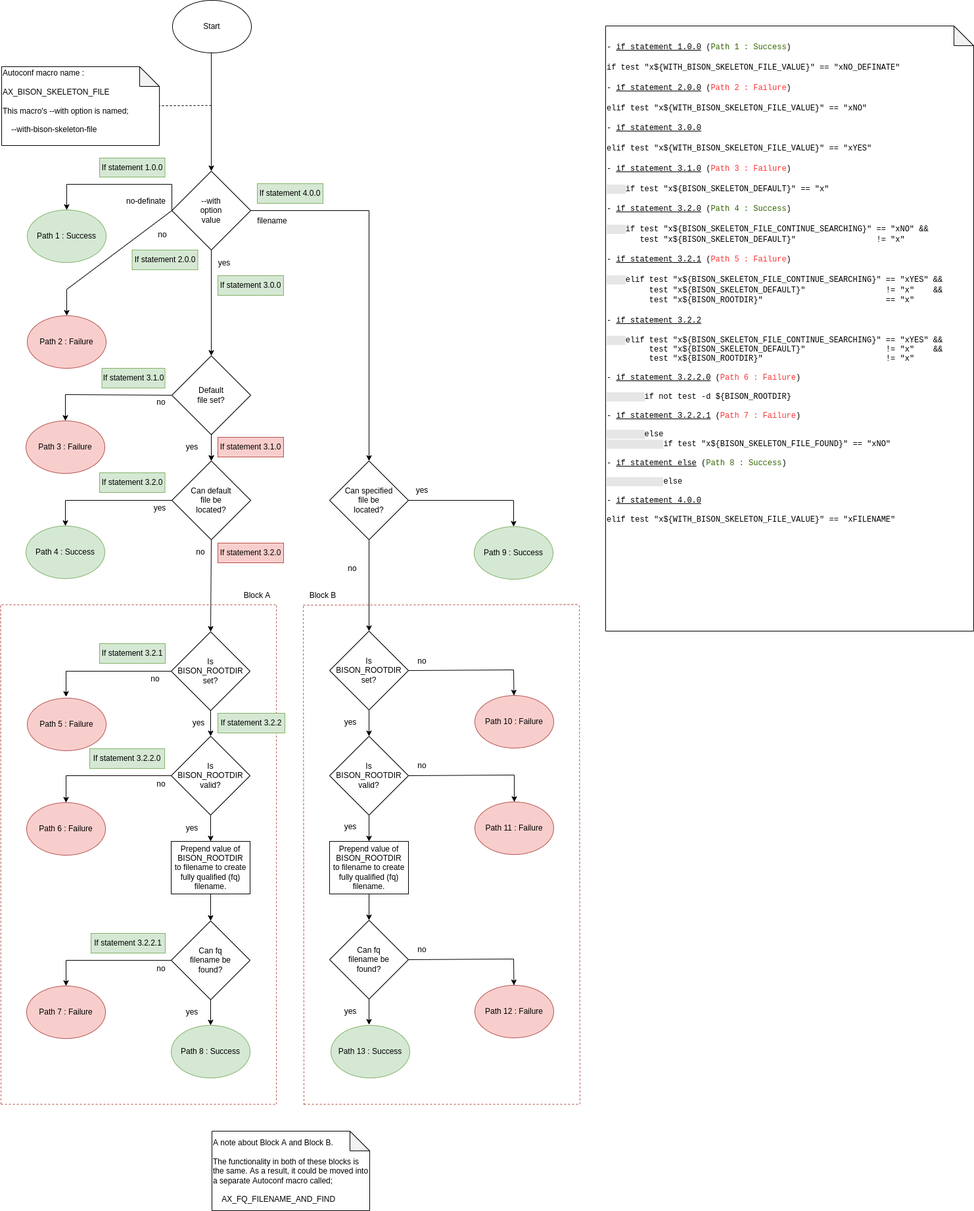
c-sanders/AutoconfMacro-BisonSkeleton keeps this draw.io diagram as images/flowchart.png. Above is the earlier version. Source tidied: cells renumbered, new cells last; positions are measured from the earlier drawing's top-left corner, leaving out a move shared by most shapes.
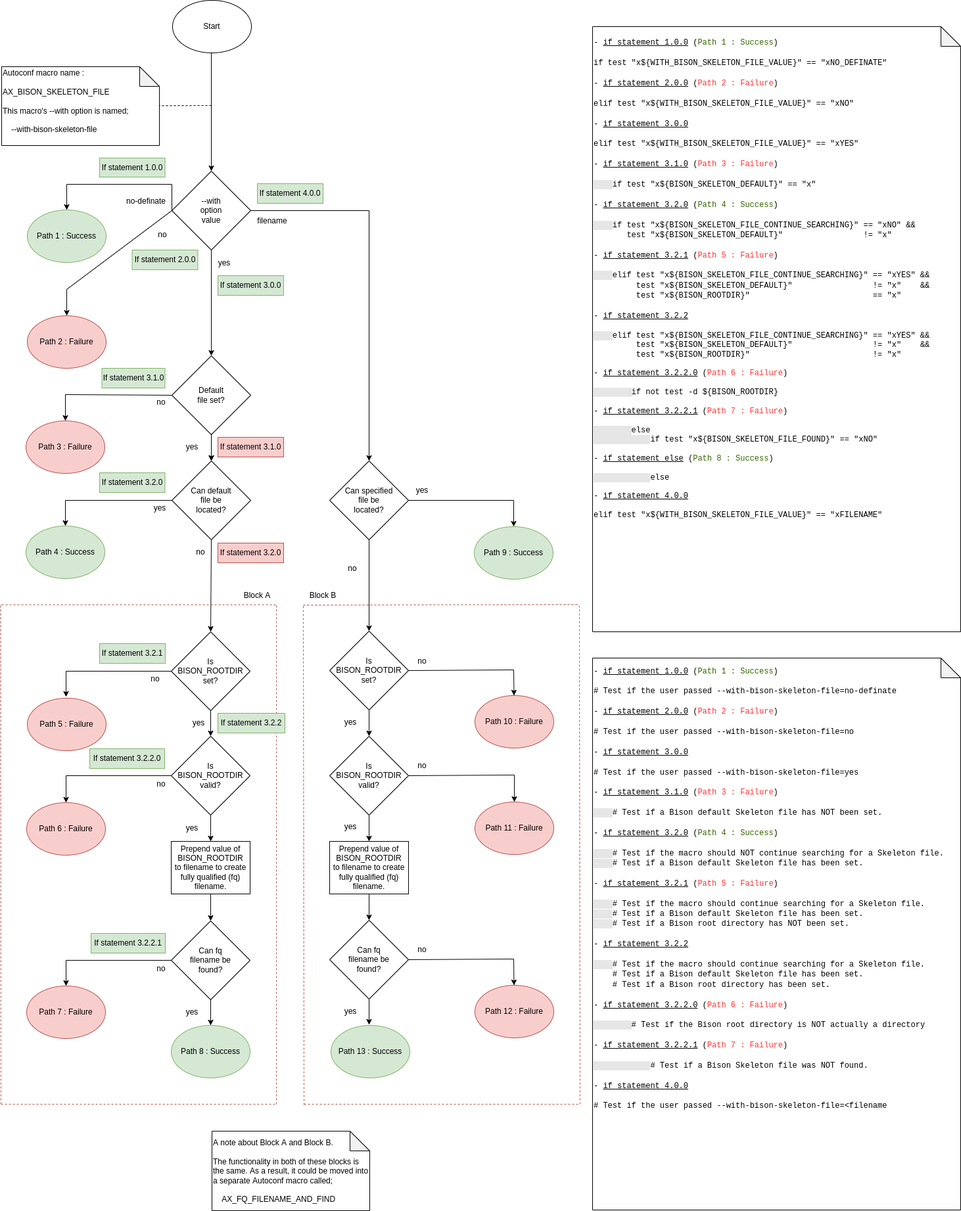
The same file after the commit.

The edit, as a diff of the source:
```diff
@@ -388,8 +388,11 @@
     <mxCell id="101" value="If statement 3.1.0" style="text;html=1;strokeColor=#b85450;fillColor=#f8cecc;align=center;verticalAlign=middle;whiteSpace=wrap;rounded=0;" parent="1" vertex="1">
       <mxGeometry x="330" y="665" width="100" height="30" as="geometry" />
     </mxCell>
-    <mxCell id="102" value="&lt;font face=&quot;Courier New&quot;&gt;- &lt;u&gt;if statement 1.0.0&lt;/u&gt; (&lt;font style=&quot;&quot; color=&quot;#336600&quot;&gt;Path 1 : Success&lt;/font&gt;)&lt;br&gt;&lt;br&gt;if test &quot;x${WITH_BISON_SKELETON_FILE_VALUE}&quot; == &quot;xNO_DEFINATE&quot;&lt;br&gt;&lt;br&gt;- &lt;u&gt;if statement 2.0.0&lt;/u&gt; (&lt;font color=&quot;#ff3333&quot;&gt;Path 2 : Failure&lt;/font&gt;)&lt;br&gt;&lt;br&gt;elif test &quot;x${WITH_BISON_SKELETON_FILE_VALUE}&quot; == &quot;xNO&quot;&lt;br&gt;&lt;br&gt;- &lt;u&gt;if statement 3.0.0&lt;/u&gt;&lt;br&gt;&lt;br&gt;elif test &quot;x${WITH_BISON_SKELETON_FILE_VALUE}&quot; == &quot;xYES&quot;&lt;br&gt;&lt;br&gt;- &lt;u&gt;if statement 3.1.0&lt;/u&gt; (&lt;font color=&quot;#ff3333&quot;&gt;Path 3 : Failure&lt;/font&gt;)&lt;br&gt;&lt;br&gt;&lt;span style=&quot;background-color: rgb(230, 230, 230);&quot;&gt;&amp;nbsp; &amp;nbsp; &lt;/span&gt;if test &quot;x${BISON_SKELETON_DEFAULT}&quot; == &quot;x&quot;&lt;br&gt;&lt;br&gt;- &lt;u&gt;if statement 3.2.0&lt;/u&gt; (&lt;font color=&quot;#336600&quot;&gt;Path 4 : Success&lt;/font&gt;)&lt;br&gt;&lt;br&gt;&lt;span style=&quot;background-color: rgb(230, 230, 230);&quot;&gt;&amp;nbsp; &amp;nbsp;&amp;nbsp;&lt;/span&gt;&lt;span style=&quot;background-color: initial;&quot;&gt;if test &quot;x${BISON_SKELETON_FILE_CONTINUE_SEARCHING}&quot; == &quot;xNO&quot; &amp;amp;&amp;amp;&lt;/span&gt;&lt;/font&gt;&lt;div&gt;&lt;font face=&quot;Courier New&quot;&gt;&amp;nbsp; &amp;nbsp; &amp;nbsp; &amp;nbsp;test &quot;x${BISON_SKELETON_DEFAULT}&quot;&amp;nbsp; &amp;nbsp; &amp;nbsp; &amp;nbsp; &amp;nbsp; &amp;nbsp; &amp;nbsp; &amp;nbsp; &amp;nbsp;!= &quot;x&quot;&lt;/font&gt;&lt;/div&gt;&lt;font face=&quot;Courier New&quot;&gt;&lt;br&gt;- &lt;u&gt;if statement 3.2.1&lt;/u&gt; (&lt;font color=&quot;#ff3333&quot;&gt;Path 5 : Failure&lt;/font&gt;)&lt;br&gt;&lt;br&gt;&lt;/font&gt;&lt;div&gt;&lt;font face=&quot;Courier New&quot;&gt;&lt;span style=&quot;background-color: rgb(230, 230, 230);&quot;&gt;&amp;nbsp; &amp;nbsp; &lt;/span&gt;elif test &quot;x${BISON_SKELETON_FILE_CONTINUE_SEARCHING}&quot; == &quot;xYES&quot; &amp;amp;&amp;amp;&lt;/font&gt;&lt;/div&gt;&lt;div&gt;&lt;font face=&quot;Courier New&quot;&gt;&amp;nbsp; &amp;nbsp; &amp;nbsp; &amp;nbsp; &amp;nbsp;test &quot;x${BISON_SKELETON_DEFAULT}&quot;&amp;nbsp; &amp;nbsp; &amp;nbsp; &amp;nbsp; &amp;nbsp; &amp;nbsp; &amp;nbsp; &amp;nbsp; &amp;nbsp;!= &quot;x&quot;&amp;nbsp; &amp;nbsp; &amp;amp;&amp;amp;&lt;/font&gt;&lt;/div&gt;&lt;div&gt;&lt;font face=&quot;Courier New&quot;&gt;&amp;nbsp; &amp;nbsp; &amp;nbsp; &amp;nbsp; &amp;nbsp;test &quot;x${BISON_ROOTDIR}&quot;&amp;nbsp; &amp;nbsp; &amp;nbsp; &amp;nbsp; &amp;nbsp; &amp;nbsp; &amp;nbsp; &amp;nbsp; &amp;nbsp; &amp;nbsp; &amp;nbsp; &amp;nbsp; &amp;nbsp; == &quot;x&quot;&lt;/font&gt;&lt;/div&gt;&lt;font face=&quot;Courier New&quot;&gt;&lt;br&gt;- &lt;u&gt;if statement 3.2.2&lt;/u&gt;&lt;br&gt;&lt;br&gt;&lt;div&gt;&lt;span style=&quot;background-color: rgb(230, 230, 230);&quot;&gt;&amp;nbsp; &amp;nbsp; &lt;/span&gt;elif test &quot;x${BISON_SKELETON_FILE_CONTINUE_SEARCHING}&quot; == &quot;xYES&quot; &amp;amp;&amp;amp;&lt;/div&gt;&lt;div&gt;&amp;nbsp; &amp;nbsp; &amp;nbsp; &amp;nbsp; &amp;nbsp;test &quot;x${BISON_SKELETON_DEFAULT}&quot;&amp;nbsp; &amp;nbsp; &amp;nbsp; &amp;nbsp; &amp;nbsp; &amp;nbsp; &amp;nbsp; &amp;nbsp; &amp;nbsp;!= &quot;x&quot;&amp;nbsp; &amp;nbsp; &amp;amp;&amp;amp;&lt;/div&gt;&lt;div&gt;&amp;nbsp; &amp;nbsp; &amp;nbsp; &amp;nbsp; &amp;nbsp;test &quot;x${BISON_ROOTDIR}&quot;&amp;nbsp; &amp;nbsp; &amp;nbsp; &amp;nbsp; &amp;nbsp; &amp;nbsp; &amp;nbsp; &amp;nbsp; &amp;nbsp; &amp;nbsp; &amp;nbsp; &amp;nbsp; &amp;nbsp; != &quot;x&quot;&lt;/div&gt;&lt;div&gt;&lt;br&gt;&lt;/div&gt;&lt;div&gt;- &lt;u&gt;if statement 3.2.2.0&lt;/u&gt; (&lt;font color=&quot;#ff3333&quot;&gt;Path 6 : Failure&lt;/font&gt;)&lt;/div&gt;&lt;div&gt;&lt;br&gt;&lt;/div&gt;&lt;div&gt;&lt;span style=&quot;background-color: rgb(230, 230, 230);&quot;&gt;&amp;nbsp; &amp;nbsp; &amp;nbsp; &amp;nbsp; &lt;/span&gt;&lt;span style=&quot;background-color: initial;&quot;&gt;if not test -d ${BISON_ROOTDIR}&lt;/span&gt;&lt;/div&gt;&lt;div&gt;&lt;br&gt;&lt;/div&gt;&lt;div&gt;- &lt;u&gt;if statement 3.2.2.1&lt;/u&gt; (&lt;font color=&quot;#ff3333&quot;&gt;Path 7 : Failure&lt;/font&gt;)&lt;/div&gt;&lt;div&gt;&lt;br&gt;&lt;/div&gt;&lt;div&gt;&lt;span style=&quot;background-color: rgb(230, 230, 230);&quot;&gt;&amp;nbsp; &amp;nbsp; &amp;nbsp; &amp;nbsp; &lt;/span&gt;else&lt;/div&gt;&lt;div&gt;&lt;span style=&quot;background-color: rgb(230, 230, 230);&quot;&gt;&amp;nbsp; &amp;nbsp; &amp;nbsp; &amp;nbsp; &amp;nbsp; &amp;nbsp; &lt;/span&gt;if&amp;nbsp;test &quot;x${BISON_SKELETON_FILE_FOUND}&quot; == &quot;xNO&quot;&lt;/div&gt;&lt;div&gt;&lt;br&gt;&lt;/div&gt;&lt;div&gt;- &lt;u&gt;if statement else&lt;/u&gt; (&lt;font color=&quot;#336600&quot;&gt;Path 8 : Success&lt;/font&gt;)&lt;/div&gt;&lt;div&gt;&lt;br&gt;&lt;/div&gt;&lt;div&gt;&lt;span style=&quot;background-color: rgb(230, 230, 230);&quot;&gt;&amp;nbsp; &amp;nbsp; &amp;nbsp; &amp;nbsp; &amp;nbsp; &amp;nbsp; &lt;/span&gt;else&lt;/div&gt;&lt;div&gt;&lt;br&gt;&lt;/div&gt;&lt;div&gt;- &lt;u&gt;if statement 4.0.0&lt;/u&gt;&lt;br&gt;&lt;br&gt;elif test &quot;x${WITH_BISON_SKELETON_FILE_VALUE}&quot; == &quot;xFILENAME&quot;&lt;br&gt;&lt;/div&gt;&lt;br&gt;&lt;br&gt;&lt;br&gt;&lt;br&gt;&lt;br&gt;&lt;br&gt;&lt;br&gt;&lt;br&gt;&lt;br&gt;&lt;/font&gt;" style="shape=note;whiteSpace=wrap;html=1;backgroundOutline=1;darkOpacity=0.05;align=left;" parent="1" vertex="1">
-      <mxGeometry x="920" y="39" width="560" height="921" as="geometry" />
+    <mxCell id="102" value="&lt;font face=&quot;Courier New&quot;&gt;- &lt;u&gt;if statement 1.0.0&lt;/u&gt; (&lt;font style=&quot;&quot; color=&quot;#336600&quot;&gt;Path 1 : Success&lt;/font&gt;)&lt;br&gt;&lt;br&gt;if test &quot;x${WITH_BISON_SKELETON_FILE_VALUE}&quot; == &quot;xNO_DEFINATE&quot;&lt;br&gt;&lt;br&gt;- &lt;u&gt;if statement 2.0.0&lt;/u&gt; (&lt;font color=&quot;#ff3333&quot;&gt;Path 2 : Failure&lt;/font&gt;)&lt;br&gt;&lt;br&gt;elif test &quot;x${WITH_BISON_SKELETON_FILE_VALUE}&quot; == &quot;xNO&quot;&lt;br&gt;&lt;br&gt;- &lt;u&gt;if statement 3.0.0&lt;/u&gt;&lt;br&gt;&lt;br&gt;elif test &quot;x${WITH_BISON_SKELETON_FILE_VALUE}&quot; == &quot;xYES&quot;&lt;br&gt;&lt;br&gt;- &lt;u&gt;if statement 3.1.0&lt;/u&gt; (&lt;font color=&quot;#ff3333&quot;&gt;Path 3 : Failure&lt;/font&gt;)&lt;br&gt;&lt;br&gt;&lt;span style=&quot;background-color: rgb(230, 230, 230);&quot;&gt;&amp;nbsp; &amp;nbsp; &lt;/span&gt;if test &quot;x${BISON_SKELETON_DEFAULT}&quot; == &quot;x&quot;&lt;br&gt;&lt;br&gt;- &lt;u&gt;if statement 3.2.0&lt;/u&gt; (&lt;font color=&quot;#336600&quot;&gt;Path 4 : Success&lt;/font&gt;)&lt;br&gt;&lt;br&gt;&lt;span style=&quot;background-color: rgb(230, 230, 230);&quot;&gt;&amp;nbsp; &amp;nbsp;&amp;nbsp;&lt;/span&gt;&lt;span style=&quot;background-color: initial;&quot;&gt;if test &quot;x${BISON_SKELETON_FILE_CONTINUE_SEARCHING}&quot; == &quot;xNO&quot; &amp;amp;&amp;amp;&lt;/span&gt;&lt;/font&gt;&lt;div&gt;&lt;font face=&quot;Courier New&quot;&gt;&amp;nbsp; &amp;nbsp; &amp;nbsp; &amp;nbsp;test &quot;x${BISON_SKELETON_DEFAULT}&quot;&amp;nbsp; &amp;nbsp; &amp;nbsp; &amp;nbsp; &amp;nbsp; &amp;nbsp; &amp;nbsp; &amp;nbsp; &amp;nbsp;!= &quot;x&quot;&lt;/font&gt;&lt;/div&gt;&lt;font face=&quot;Courier New&quot;&gt;&lt;br&gt;- &lt;u&gt;if statement 3.2.1&lt;/u&gt; (&lt;font color=&quot;#ff3333&quot;&gt;Path 5 : Failure&lt;/font&gt;)&lt;br&gt;&lt;br&gt;&lt;/font&gt;&lt;div&gt;&lt;font face=&quot;Courier New&quot;&gt;&lt;span style=&quot;background-color: rgb(230, 230, 230);&quot;&gt;&amp;nbsp; &amp;nbsp; &lt;/span&gt;elif test &quot;x${BISON_SKELETON_FILE_CONTINUE_SEARCHING}&quot; == &quot;xYES&quot; &amp;amp;&amp;amp;&lt;/font&gt;&lt;/div&gt;&lt;div&gt;&lt;font face=&quot;Courier New&quot;&gt;&amp;nbsp; &amp;nbsp; &amp;nbsp; &amp;nbsp; &amp;nbsp;test &quot;x${BISON_SKELETON_DEFAULT}&quot;&amp;nbsp; &amp;nbsp; &amp;nbsp; &amp;nbsp; &amp;nbsp; &amp;nbsp; &amp;nbsp; &amp;nbsp; &amp;nbsp;!= &quot;x&quot;&amp;nbsp; &amp;nbsp; &amp;amp;&amp;amp;&lt;/font&gt;&lt;/div&gt;&lt;div&gt;&lt;font face=&quot;Courier New&quot;&gt;&amp;nbsp; &amp;nbsp; &amp;nbsp; &amp;nbsp; &amp;nbsp;test &quot;x${BISON_ROOTDIR}&quot;&amp;nbsp; &amp;nbsp; &amp;nbsp; &amp;nbsp; &amp;nbsp; &amp;nbsp; &amp;nbsp; &amp;nbsp; &amp;nbsp; &amp;nbsp; &amp;nbsp; &amp;nbsp; &amp;nbsp; == &quot;x&quot;&lt;/font&gt;&lt;/div&gt;&lt;font face=&quot;Courier New&quot;&gt;&lt;br&gt;- &lt;u&gt;if statement 3.2.2&lt;/u&gt;&lt;br&gt;&lt;br&gt;&lt;div&gt;&lt;span style=&quot;background-color: rgb(230, 230, 230);&quot;&gt;&amp;nbsp; &amp;nbsp; &lt;/span&gt;elif test &quot;x${BISON_SKELETON_FILE_CONTINUE_SEARCHING}&quot; == &quot;xYES&quot; &amp;amp;&amp;amp;&lt;/div&gt;&lt;div&gt;&amp;nbsp; &amp;nbsp; &amp;nbsp; &amp;nbsp; &amp;nbsp;test &quot;x${BISON_SKELETON_DEFAULT}&quot;&amp;nbsp; &amp;nbsp; &amp;nbsp; &amp;nbsp; &amp;nbsp; &amp;nbsp; &amp;nbsp; &amp;nbsp; &amp;nbsp;!= &quot;x&quot;&amp;nbsp; &amp;nbsp; &amp;amp;&amp;amp;&lt;/div&gt;&lt;div&gt;&amp;nbsp; &amp;nbsp; &amp;nbsp; &amp;nbsp; &amp;nbsp;test &quot;x${BISON_ROOTDIR}&quot;&amp;nbsp; &amp;nbsp; &amp;nbsp; &amp;nbsp; &amp;nbsp; &amp;nbsp; &amp;nbsp; &amp;nbsp; &amp;nbsp; &amp;nbsp; &amp;nbsp; &amp;nbsp; &amp;nbsp; != &quot;x&quot;&lt;/div&gt;&lt;div&gt;&lt;br&gt;&lt;/div&gt;&lt;div&gt;- &lt;u&gt;if statement 3.2.2.0&lt;/u&gt; (&lt;font color=&quot;#ff3333&quot;&gt;Path 6 : Failure&lt;/font&gt;)&lt;/div&gt;&lt;div&gt;&lt;br&gt;&lt;/div&gt;&lt;div&gt;&lt;span style=&quot;background-color: rgb(230, 230, 230);&quot;&gt;&amp;nbsp; &amp;nbsp; &amp;nbsp; &amp;nbsp; &lt;/span&gt;&lt;span style=&quot;background-color: initial;&quot;&gt;if not test -d ${BISON_ROOTDIR}&lt;/span&gt;&lt;/div&gt;&lt;div&gt;&lt;br&gt;&lt;/div&gt;&lt;div&gt;- &lt;u&gt;if statement 3.2.2.1&lt;/u&gt; (&lt;font color=&quot;#ff3333&quot;&gt;Path 7 : Failure&lt;/font&gt;)&lt;/div&gt;&lt;div&gt;&lt;br&gt;&lt;/div&gt;&lt;div&gt;&lt;span style=&quot;background-color: rgb(230, 230, 230);&quot;&gt;&amp;nbsp; &amp;nbsp; &amp;nbsp; &amp;nbsp; &lt;/span&gt;else&lt;/div&gt;&lt;div&gt;&lt;span style=&quot;background-color: rgb(230, 230, 230);&quot;&gt;&amp;nbsp; &amp;nbsp; &amp;nbsp; &amp;nbsp; &amp;nbsp; &amp;nbsp; &lt;/span&gt;if&amp;nbsp;test &quot;x${BISON_SKELETON_FILE_FOUND}&quot; == &quot;xNO&quot;&lt;/div&gt;&lt;div&gt;&lt;br&gt;&lt;/div&gt;&lt;div&gt;- &lt;u&gt;if statement else&lt;/u&gt; (&lt;font color=&quot;#336600&quot;&gt;Path 8 : Success&lt;/font&gt;)&lt;/div&gt;&lt;div&gt;&lt;br&gt;&lt;/div&gt;&lt;div&gt;&lt;span style=&quot;background-color: rgb(230, 230, 230);&quot;&gt;&amp;nbsp; &amp;nbsp; &amp;nbsp; &amp;nbsp; &amp;nbsp; &amp;nbsp; &lt;/span&gt;else&lt;/div&gt;&lt;div&gt;&lt;br&gt;&lt;/div&gt;&lt;div&gt;- &lt;u&gt;if statement 4.0.0&lt;/u&gt;&lt;br&gt;&lt;br&gt;elif test &quot;x${WITH_BISON_SKELETON_FILE_VALUE}&quot; == &quot;xFILENAME&quot;&lt;br&gt;&lt;/div&gt;&lt;br&gt;&lt;br&gt;&lt;br&gt;&lt;br&gt;&lt;br&gt;&lt;br&gt;&lt;br&gt;&lt;br&gt;&lt;br&gt;&lt;br&gt;&lt;/font&gt;" style="shape=note;whiteSpace=wrap;html=1;backgroundOutline=1;darkOpacity=0.05;align=left;" parent="1" vertex="1">
+      <mxGeometry x="900" y="40" width="560" height="921" as="geometry" />
     </mxCell>
+    <mxCell id="103" value="&lt;font face=&quot;Courier New&quot;&gt;- &lt;u&gt;if statement 1.0.0&lt;/u&gt; (&lt;font color=&quot;#336600&quot;&gt;Path 1 : Success&lt;/font&gt;)&lt;br&gt;&lt;br&gt;# Test if the user passed --with-bison-skeleton-file=no-definate&lt;br&gt;&lt;br&gt;- &lt;u&gt;if statement 2.0.0&lt;/u&gt; (&lt;font color=&quot;#ff3333&quot;&gt;Path 2 : Failure&lt;/font&gt;)&lt;br&gt;&lt;br&gt;# Test if the&amp;nbsp;&lt;/font&gt;&lt;span style=&quot;font-family: &amp;quot;Courier New&amp;quot;;&quot;&gt;user passed --with-bison-skeleton-file=no&lt;br&gt;&lt;/span&gt;&lt;font face=&quot;Courier New&quot;&gt;&lt;br&gt;- &lt;u&gt;if statement 3.0.0&lt;/u&gt;&lt;br&gt;&lt;br&gt;#&amp;nbsp;&lt;/font&gt;&lt;font face=&quot;Courier New&quot;&gt;Test if the&amp;nbsp;&lt;/font&gt;&lt;span style=&quot;font-family: &amp;quot;Courier New&amp;quot;;&quot;&gt;user passed --with-bison-skeleton-file=yes&lt;br&gt;&lt;/span&gt;&lt;font face=&quot;Courier New&quot;&gt;&lt;br&gt;- &lt;u&gt;if statement 3.1.0&lt;/u&gt; (&lt;font color=&quot;#ff3333&quot;&gt;Path 3 : Failure&lt;/font&gt;)&lt;br&gt;&lt;br&gt;&lt;span style=&quot;background-color: rgb(230, 230, 230);&quot;&gt;&amp;nbsp; &amp;nbsp; &lt;/span&gt;# Test if a Bison default Skeleton file has NOT been set.&lt;br&gt;&lt;br&gt;- &lt;u&gt;if statement 3.2.0&lt;/u&gt; (&lt;font color=&quot;#336600&quot;&gt;Path 4 : Success&lt;/font&gt;)&lt;br&gt;&lt;br&gt;&lt;span style=&quot;background-color: rgb(230, 230, 230);&quot;&gt;&amp;nbsp; &amp;nbsp; &lt;/span&gt;# Test if the macro should NOT continue searching for a Skeleton file.&lt;br&gt;&lt;span style=&quot;background-color: rgb(230, 230, 230);&quot;&gt;&amp;nbsp; &amp;nbsp; &lt;/span&gt;# Test if a Bison default Skeleton file has been set.&lt;br&gt;&lt;br&gt;- &lt;u&gt;if statement 3.2.1&lt;/u&gt; (&lt;font color=&quot;#ff3333&quot;&gt;Path 5 : Failure&lt;/font&gt;)&lt;br&gt;&lt;br&gt;&lt;span style=&quot;background-color: rgb(230, 230, 230);&quot;&gt;&amp;nbsp; &amp;nbsp; &lt;/span&gt;# Test if the macro should continue searching for a Skeleton file.&lt;br&gt;&lt;/font&gt;&lt;span style=&quot;font-family: &amp;quot;Courier New&amp;quot;;&quot;&gt;&lt;span style=&quot;background-color: rgb(230, 230, 230);&quot;&gt;&amp;nbsp; &amp;nbsp; &lt;/span&gt;# Test if a Bison default Skeleton file has been set.&lt;br&gt;&lt;/span&gt;&lt;font face=&quot;Courier New&quot;&gt;&lt;span style=&quot;background-color: rgb(230, 230, 230);&quot;&gt;&amp;nbsp; &amp;nbsp; &lt;/span&gt;# Test if a Bison root directory has NOT been set.&lt;br&gt;&lt;br&gt;- &lt;u&gt;if statement 3.2.2&lt;/u&gt;&lt;br&gt;&lt;br&gt;&lt;span style=&quot;background-color: rgb(230, 230, 230);&quot;&gt;&amp;nbsp; &amp;nbsp; &lt;/span&gt;#&amp;nbsp;&lt;/font&gt;&lt;span style=&quot;font-family: &amp;quot;Courier New&amp;quot;;&quot;&gt;Test if the macro should continue searching for a Skeleton file.&lt;br&gt;&lt;/span&gt;&lt;span style=&quot;font-family: &amp;quot;Courier New&amp;quot;;&quot;&gt;&amp;nbsp; &amp;nbsp; # Test if a Bison default Skeleton file has been set.&lt;/span&gt;&lt;font face=&quot;Courier New&quot;&gt;&lt;br&gt;&amp;nbsp; &amp;nbsp; #&amp;nbsp;&lt;/font&gt;&lt;span style=&quot;font-family: &amp;quot;Courier New&amp;quot;;&quot;&gt;Test if a Bison root directory has been set.&lt;br&gt;&lt;/span&gt;&lt;font face=&quot;Courier New&quot;&gt;&lt;br&gt;- &lt;u&gt;if statement 3.2.2.0&lt;/u&gt; (&lt;font color=&quot;#ff3333&quot;&gt;Path 6 : Failure&lt;/font&gt;)&lt;br&gt;&lt;br&gt;&lt;span style=&quot;background-color: rgb(230, 230, 230);&quot;&gt;&amp;nbsp; &amp;nbsp; &amp;nbsp; &amp;nbsp; &lt;/span&gt;# Test if the Bison root directory is NOT actually a directory&lt;br&gt;&lt;br&gt;- &lt;u&gt;if statement 3.2.2.1&lt;/u&gt; (&lt;font color=&quot;#ff3333&quot;&gt;Path 7 : Failure&lt;/font&gt;)&lt;br&gt;&lt;br&gt;&lt;span style=&quot;background-color: rgb(230, 230, 230);&quot;&gt;&amp;nbsp; &amp;nbsp; &amp;nbsp; &amp;nbsp; &amp;nbsp; &amp;nbsp; &lt;/span&gt;# Test if a Bison Skeleton file was NOT found.&lt;br&gt;&lt;br&gt;- &lt;u&gt;if statement 4.0.0&lt;/u&gt;&lt;br&gt;&lt;br&gt;# Test if the user passed --with-bison-skeleton-file=&amp;lt;filename&lt;br&gt;&lt;br&gt;&lt;br&gt;&lt;br&gt;&lt;br&gt;&lt;br&gt;&lt;br&gt;&lt;br&gt;&lt;br&gt;&lt;br&gt;&lt;/font&gt;" style="shape=note;whiteSpace=wrap;html=1;backgroundOutline=1;darkOpacity=0.05;align=left;" parent="1" vertex="1">
+      <mxGeometry x="900" y="1001" width="560" height="840" as="geometry" />
+    </mxCell>
   </root>
 </mxGraphModel>
```
